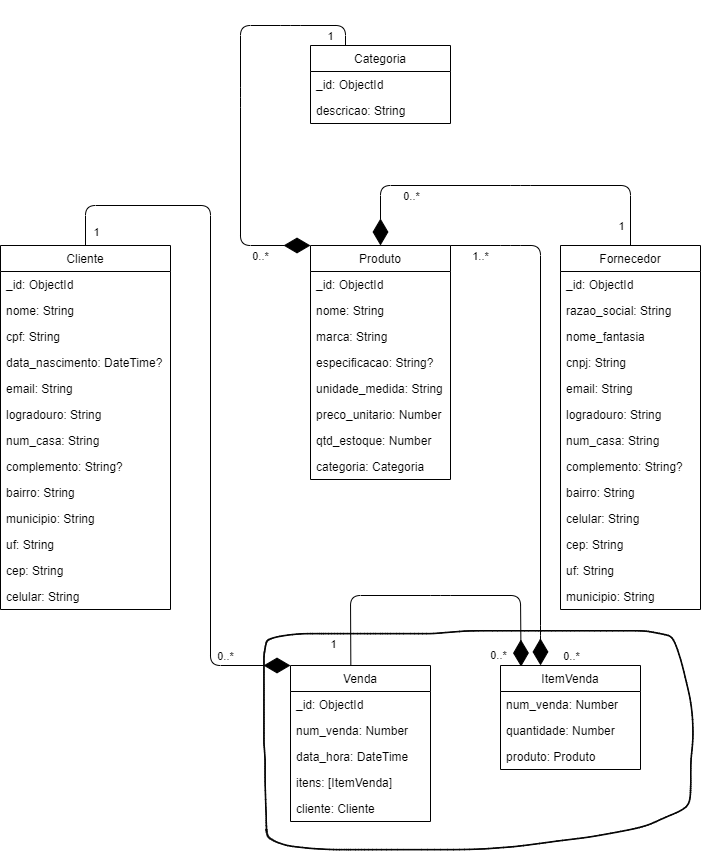
Before: docs/NoAM.png, a diagram exported from draw.io (faustocintra/bn-not-2024-2). Source tidied: cells renumbered, new cells last; positions are measured from the earlier drawing's top-left corner, leaving out a move shared by most shapes.
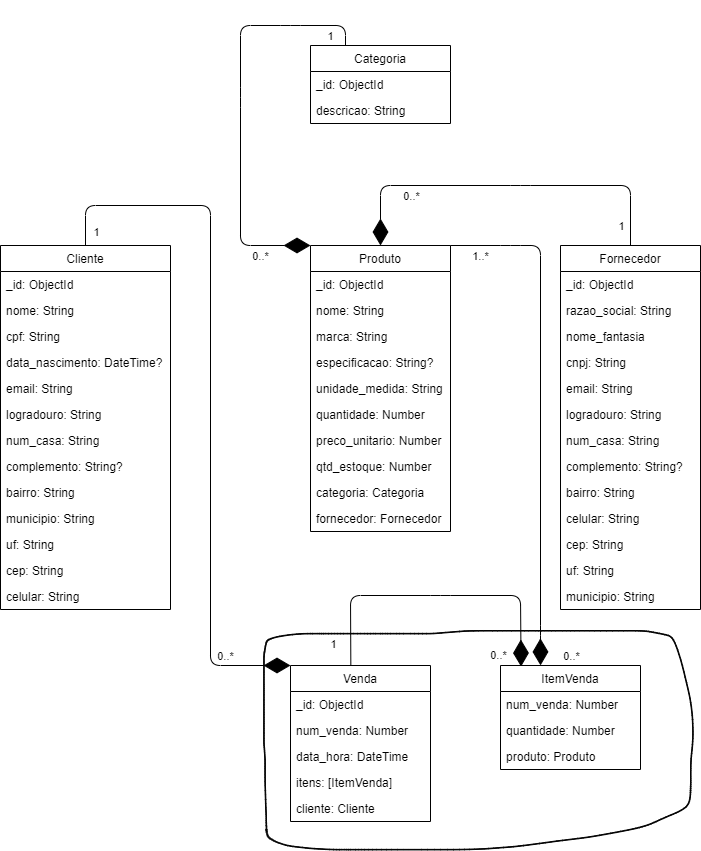
After the commit.

Diff of the diagram source:
```diff
@@ -114,7 +114,7 @@
       <mxGeometry y="130" width="140" height="26" as="geometry" />
     </mxCell>
     <mxCell id="39" value="Produto" style="swimlane;fontStyle=0;horizontal=1;startSize=26;fillColor=none;" parent="1" vertex="1">
-      <mxGeometry x="310" y="220" width="140" height="234" as="geometry" />
+      <mxGeometry x="310" y="220" width="140" height="286" as="geometry" />
     </mxCell>
     <mxCell id="40" value="_id: ObjectId" style="text;strokeColor=none;fillColor=none;align=left;verticalAlign=top;spacingLeft=4;spacingRight=4;overflow=hidden;" parent="39" vertex="1">
       <mxGeometry y="26" width="140" height="26" as="geometry" />
@@ -128,17 +128,23 @@
     <mxCell id="43" value="especificacao: String?" style="text;strokeColor=none;fillColor=none;align=left;verticalAlign=top;spacingLeft=4;spacingRight=4;overflow=hidden;" parent="39" vertex="1">
       <mxGeometry y="104" width="140" height="26" as="geometry" />
     </mxCell>
+    <mxCell id="68" value="unidade_medida: String" style="text;strokeColor=none;fillColor=none;align=left;verticalAlign=top;spacingLeft=4;spacingRight=4;overflow=hidden;" parent="39" vertex="1">
+      <mxGeometry y="130" width="140" height="26" as="geometry" />
+    </mxCell>
-    <mxCell id="44" value="unidade_medida: String" style="text;strokeColor=none;fillColor=none;align=left;verticalAlign=top;spacingLeft=4;spacingRight=4;overflow=hidden;" parent="39" vertex="1">
-      <mxGeometry y="130" width="140" height="26" as="geometry" />
+    <mxCell id="44" value="quantidade: Number" style="text;strokeColor=none;fillColor=none;align=left;verticalAlign=top;spacingLeft=4;spacingRight=4;overflow=hidden;" parent="39" vertex="1">
+      <mxGeometry y="156" width="140" height="26" as="geometry" />
     </mxCell>
     <mxCell id="45" value="preco_unitario: Number" style="text;strokeColor=none;fillColor=none;align=left;verticalAlign=top;spacingLeft=4;spacingRight=4;overflow=hidden;" parent="39" vertex="1">
-      <mxGeometry y="156" width="140" height="26" as="geometry" />
+      <mxGeometry y="182" width="140" height="26" as="geometry" />
     </mxCell>
     <mxCell id="46" value="qtd_estoque: Number" style="text;strokeColor=none;fillColor=none;align=left;verticalAlign=top;spacingLeft=4;spacingRight=4;overflow=hidden;" parent="39" vertex="1">
-      <mxGeometry y="182" width="140" height="26" as="geometry" />
+      <mxGeometry y="208" width="140" height="26" as="geometry" />
     </mxCell>
+    <mxCell id="69" value="categoria: Categoria" style="text;strokeColor=none;fillColor=none;align=left;verticalAlign=top;spacingLeft=4;spacingRight=4;overflow=hidden;" parent="39" vertex="1">
+      <mxGeometry y="234" width="140" height="26" as="geometry" />
+    </mxCell>
-    <mxCell id="47" value="categoria: Categoria" style="text;strokeColor=none;fillColor=none;align=left;verticalAlign=top;spacingLeft=4;spacingRight=4;overflow=hidden;" parent="39" vertex="1">
-      <mxGeometry y="208" width="140" height="26" as="geometry" />
+    <mxCell id="47" value="fornecedor: Fornecedor" style="text;strokeColor=none;fillColor=none;align=left;verticalAlign=top;spacingLeft=4;spacingRight=4;overflow=hidden;" parent="39" vertex="1">
+      <mxGeometry y="260" width="140" height="26" as="geometry" />
     </mxCell>
     <mxCell id="48" style="endArrow=diamondThin;endFill=1;endSize=24;html=1;exitX=0.5;exitY=0;exitDx=0;exitDy=0;entryX=0;entryY=0;entryDx=0;entryDy=0;" parent="1" edge="1" source="2" target="33">
       <mxGeometry relative="1" as="geometry">
```
